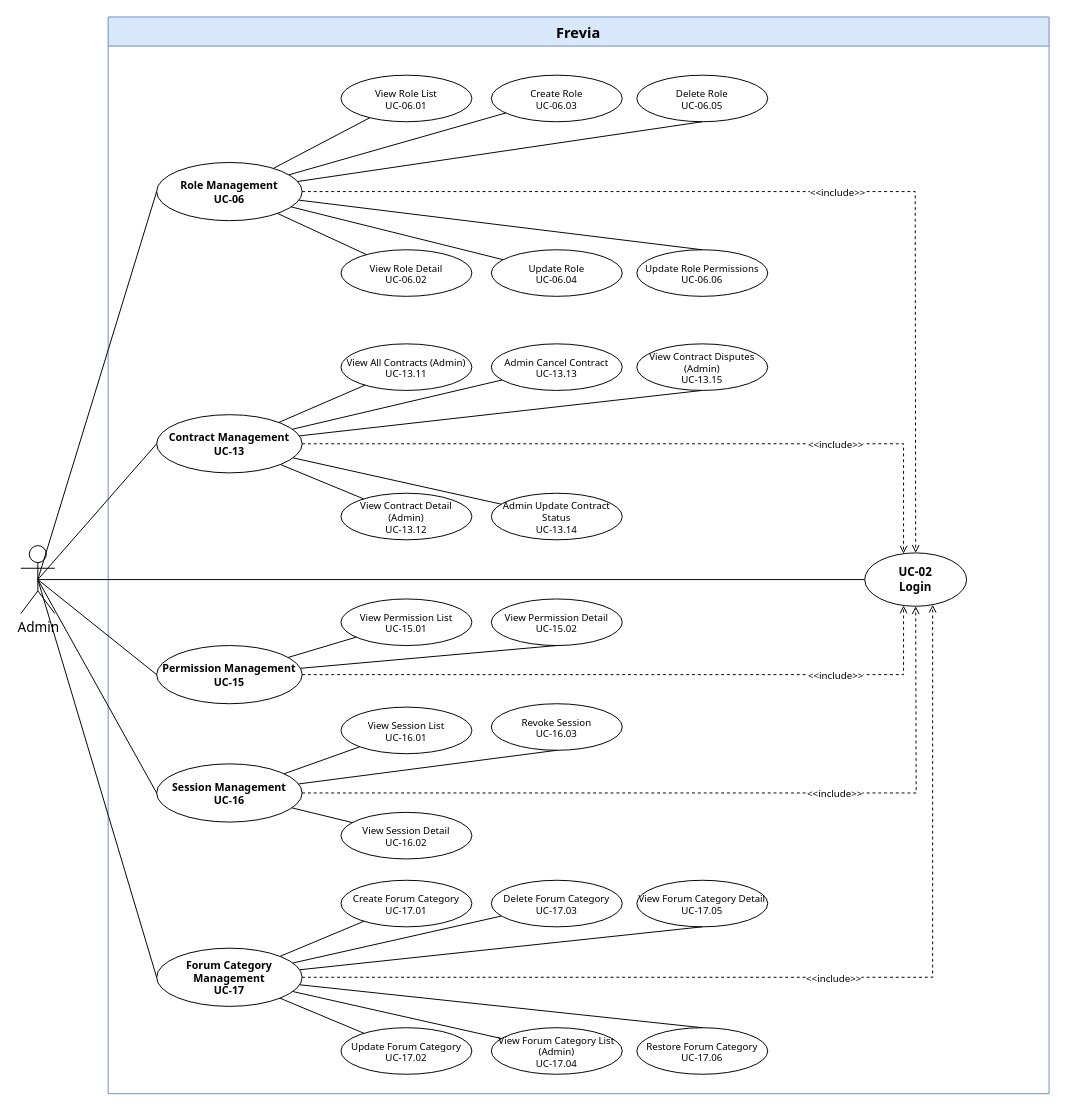
Before: page "Admin 2/4" (2 of 4) of uc-diagrams/Admin.drawio in Thunggg/Frevia, a draw.io diagram. Source tidied: cells renumbered, new cells numbered last; positions are measured from the earlier drawing's top-left corner, leaving out a move shared by most shapes. Both pictures are drawn from the tidied source at 97%, with x=0, y=0 at pixel (20, 16).
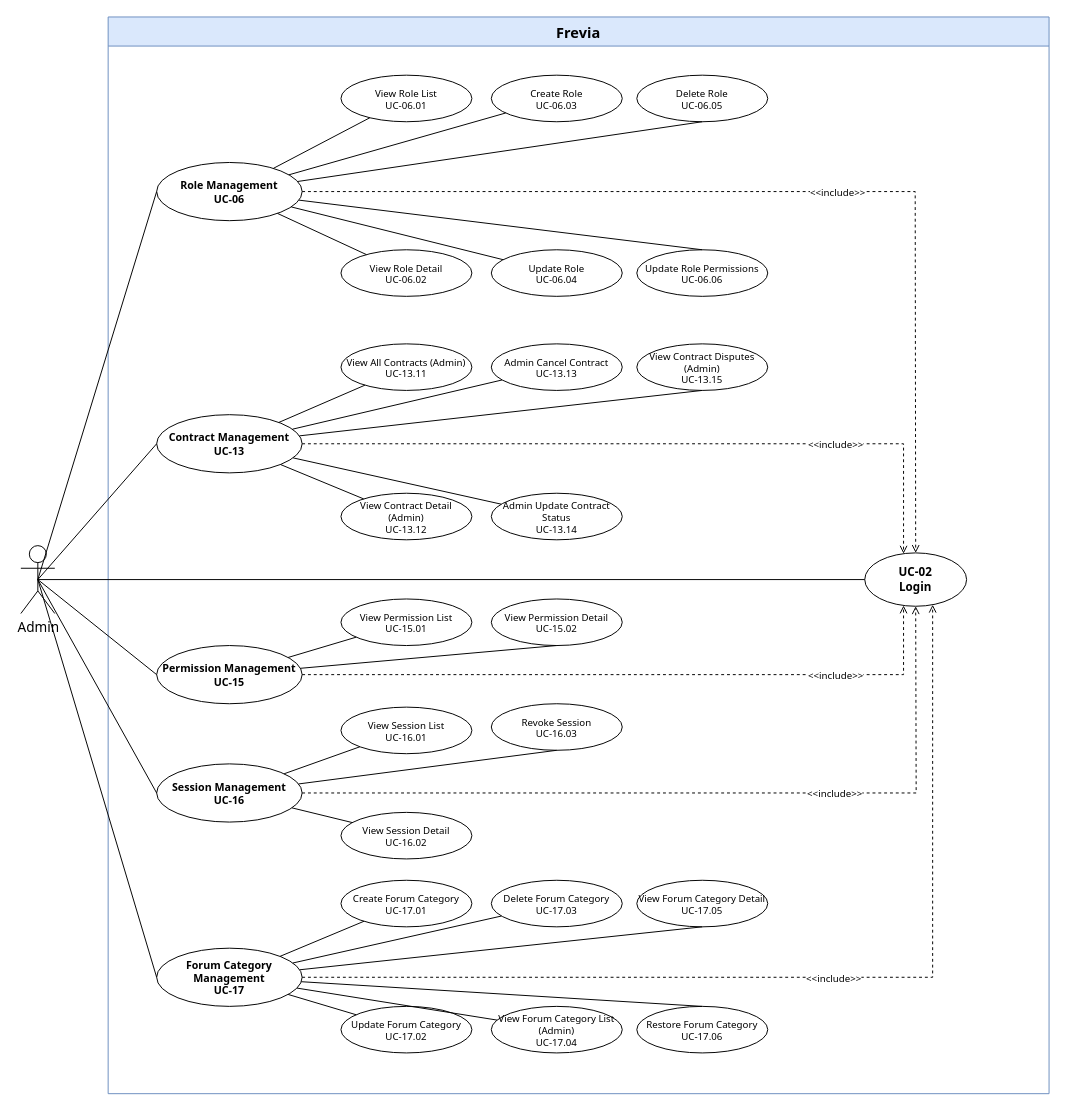
The same page after the edit.

The change refers to these unchanged cells:
```xml
<mxCell id="2" value="Frevia" style="swimlane;whiteSpace=wrap;html=1;startSize=30;fontSize=15;fontFamily=Tahoma;fontStyle=1;fillColor=#dae8fc;strokeColor=#6c8ebf;" parent="1" vertex="1">
  <mxGeometry x="90" width="970" height="1110" as="geometry" />
</mxCell>
<mxCell id="24" value="Forum Category Management&#10;UC-17" style="ellipse;whiteSpace=wrap;html=1;fontSize=11;fontFamily=Tahoma;fontStyle=1;fillColor=#ffffff;strokeColor=#000000;" parent="2" vertex="1">
  <mxGeometry x="50" y="960" width="150" height="60" as="geometry" />
</mxCell>
```

The edit, as a diff of the source:
```diff
@@
-    <mxCell id="59" value="Update Forum Category&#10;UC-17.02" style="ellipse;whiteSpace=wrap;html=1;fontSize=10;fontFamily=Tahoma;fillColor=#ffffff;strokeColor=#000000;" parent="1" vertex="1">
-      <mxGeometry x="330" y="1042" width="135" height="48" as="geometry" />
+    <mxCell id="59" value="Update Forum Category&#10;UC-17.02" style="ellipse;whiteSpace=wrap;html=1;fontSize=10;fontFamily=Tahoma;fillColor=#ffffff;strokeColor=#000000;" parent="2" vertex="1">
+      <mxGeometry x="240" y="1020" width="135" height="48" as="geometry" />
     </mxCell>
-    <mxCell id="60" value="View Forum Category List (Admin)&#10;UC-17.04" style="ellipse;whiteSpace=wrap;html=1;fontSize=10;fontFamily=Tahoma;fillColor=#ffffff;strokeColor=#000000;" parent="1" vertex="1">
-      <mxGeometry x="485" y="1042" width="135" height="48" as="geometry" />
+    <mxCell id="60" value="View Forum Category List (Admin)&#10;UC-17.04" style="ellipse;whiteSpace=wrap;html=1;fontSize=10;fontFamily=Tahoma;fillColor=#ffffff;strokeColor=#000000;" parent="2" vertex="1">
+      <mxGeometry x="395" y="1020" width="135" height="48" as="geometry" />
     </mxCell>
-    <mxCell id="61" value="Restore Forum Category&#10;UC-17.06" style="ellipse;whiteSpace=wrap;html=1;fontSize=10;fontFamily=Tahoma;fillColor=#ffffff;strokeColor=#000000;" parent="1" vertex="1">
-      <mxGeometry x="635" y="1042" width="135" height="48" as="geometry" />
+    <mxCell id="61" value="Restore Forum Category&#10;UC-17.06" style="ellipse;whiteSpace=wrap;html=1;fontSize=10;fontFamily=Tahoma;fillColor=#ffffff;strokeColor=#000000;" parent="2" vertex="1">
+      <mxGeometry x="545" y="1020" width="135" height="48" as="geometry" />
     </mxCell>
-    <mxCell id="62" style="endArrow=none;html=1;rounded=0;fontFamily=Tahoma;fontSize=13;" parent="1" edge="1" source="24" target="59">
+    <mxCell id="62" style="endArrow=none;html=1;rounded=0;fontFamily=Tahoma;fontSize=13;" parent="2" edge="1" source="24" target="59">
       <mxGeometry relative="1" as="geometry" />
     </mxCell>
-    <mxCell id="63" style="endArrow=none;html=1;rounded=0;fontFamily=Tahoma;fontSize=13;" parent="1" edge="1" source="24" target="60">
+    <mxCell id="63" style="endArrow=none;html=1;rounded=0;fontFamily=Tahoma;fontSize=13;" parent="2" edge="1" source="24" target="60">
       <mxGeometry relative="1" as="geometry" />
     </mxCell>
-    <mxCell id="64" style="endArrow=none;html=1;rounded=0;fontFamily=Tahoma;fontSize=13;entryX=0.5;entryY=0;entryDx=0;entryDy=0;" parent="1" edge="1" source="24" target="61">
+    <mxCell id="64" style="endArrow=none;html=1;rounded=0;fontFamily=Tahoma;fontSize=13;entryX=0.5;entryY=0;entryDx=0;entryDy=0;" parent="2" edge="1" source="24" target="61">
       <mxGeometry relative="1" as="geometry" />
     </mxCell>
```
